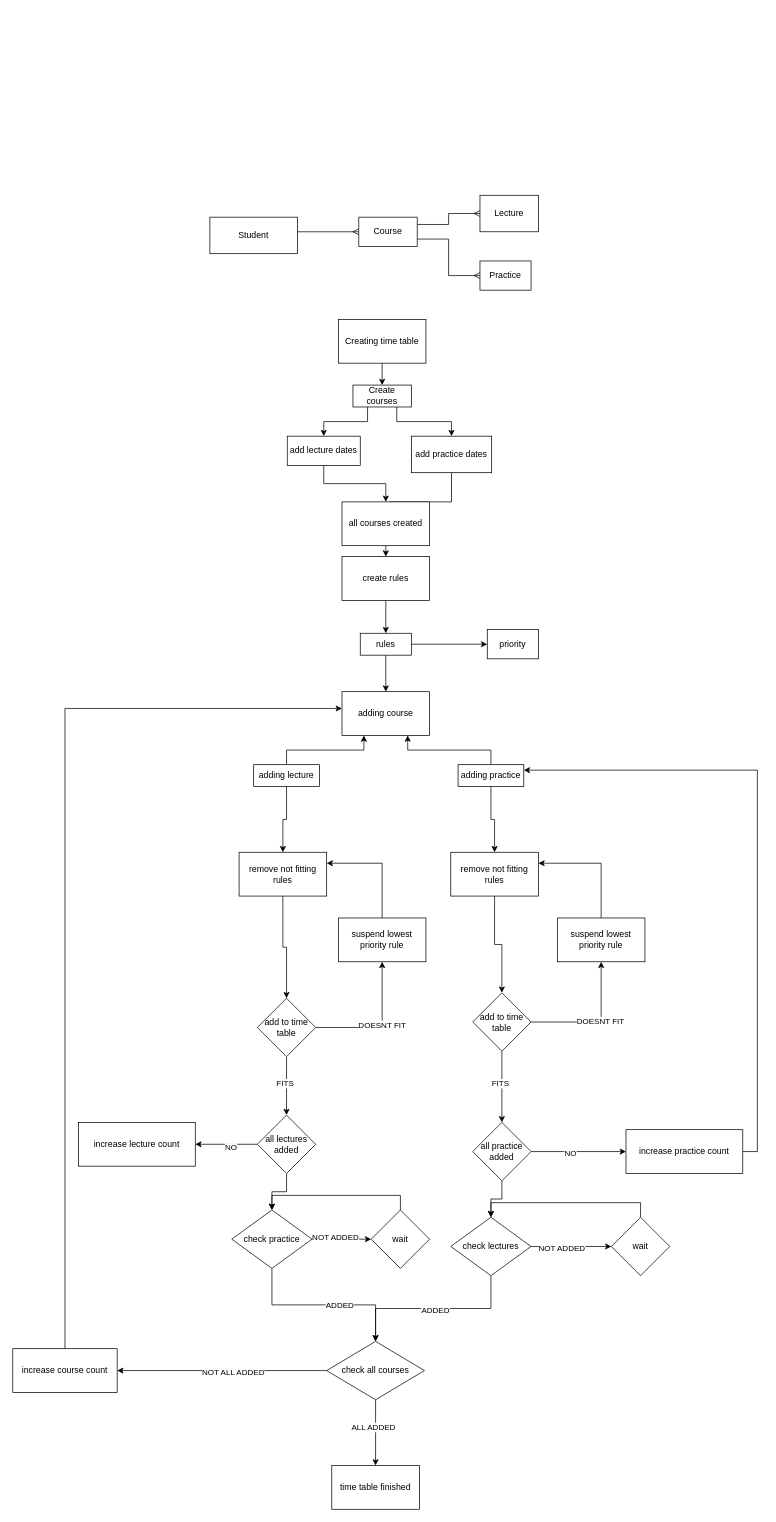
adam-filinger/FileMaster keeps this draw.io diagram as colleage_planer.drawio. Above is the earlier version. Source tidied: cells renumbered, new cells numbered last; positions are measured from the earlier drawing's top-left corner, leaving out a move shared by most shapes. Both pictures are drawn from the tidied source at 73%, with x=0, y=0 at pixel (12, 195).
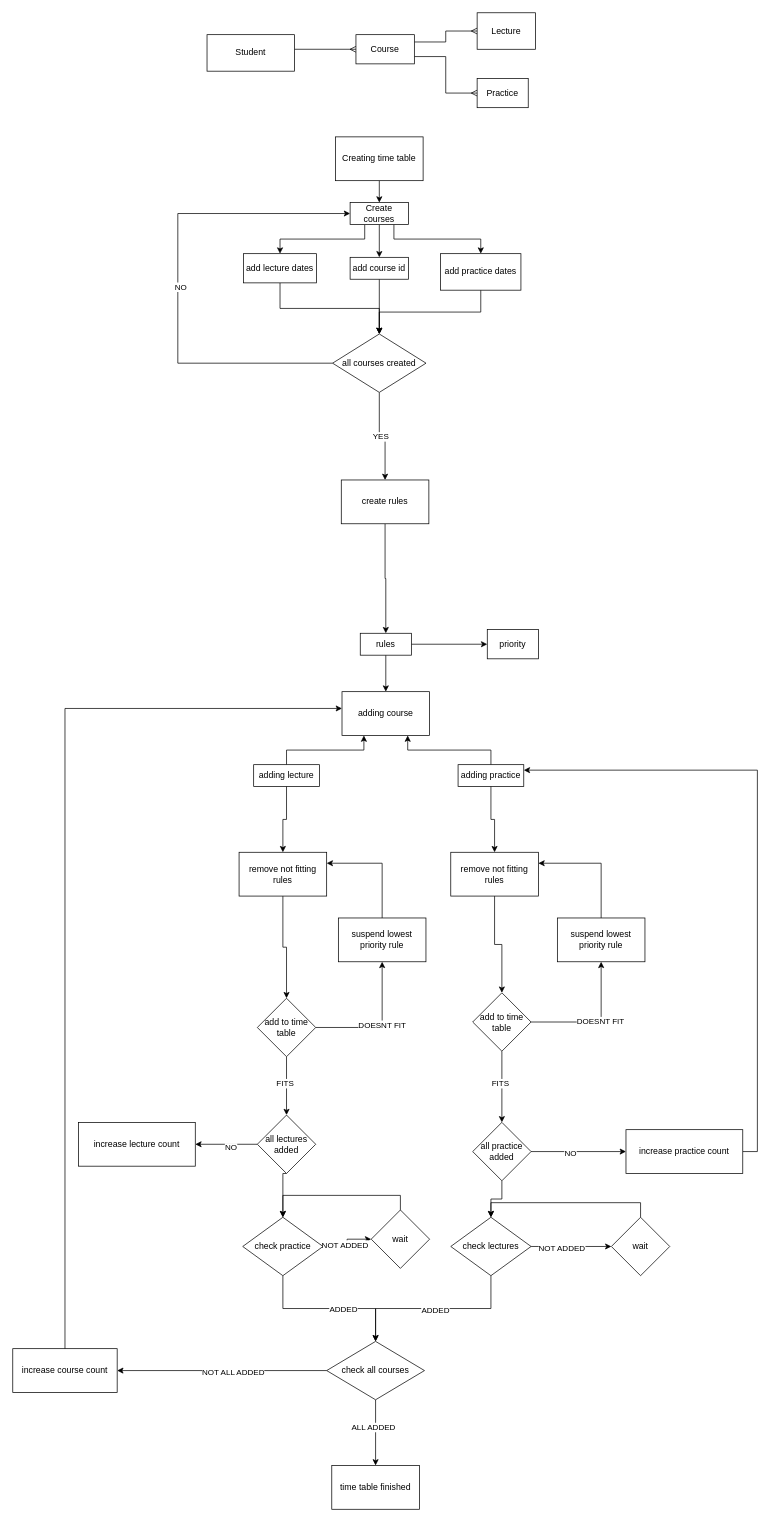
The same diagram, later.

The change refers to these unchanged cells:
```xml
<mxCell id="43" value="all lectures added" style="rhombus;whiteSpace=wrap;html=1;rounded=0;" parent="1" vertex="1">
  <mxGeometry x="335" y="1260" width="80" height="80" as="geometry" />
</mxCell>
```

Diff of the diagram source:
```diff
@@
     <mxCell id="2" style="edgeStyle=orthogonalEdgeStyle;rounded=0;jettySize=auto;html=1;exitX=1;exitY=0.5;exitDx=0;exitDy=0;entryX=0;entryY=0.5;entryDx=0;entryDy=0;endArrow=ERmany;endFill=0;flowAnimation=0;" parent="1" edge="1" source="4" target="7">
       <mxGeometry relative="1" as="geometry">
         <Array as="points">
-          <mxPoint x="380" y="55" />
-          <mxPoint x="380" y="50" />
+          <mxPoint x="376.1" y="-195" />
+          <mxPoint x="376.1" y="-200" />
         </Array>
       </mxGeometry>
     </mxCell>
@@
     <mxCell id="4" value="Student" style="rounded=0;whiteSpace=wrap;html=1;" parent="1" vertex="1">
-      <mxGeometry x="270" y="30" width="120" height="50" as="geometry" />
+      <mxGeometry x="266.1" y="-220" width="120" height="50" as="geometry" />
     </mxCell>
@@
     <mxCell id="7" value="Course" style="rounded=0;whiteSpace=wrap;html=1;" parent="1" vertex="1">
-      <mxGeometry x="474" y="30" width="80" height="40" as="geometry" />
+      <mxGeometry x="470.1" y="-220" width="80" height="40" as="geometry" />
     </mxCell>
     <mxCell id="8" value="Lecture" style="rounded=0;whiteSpace=wrap;html=1;" parent="1" vertex="1">
-      <mxGeometry x="640" width="80" height="50" as="geometry" />
+      <mxGeometry x="636.1" y="-250" width="80" height="50" as="geometry" />
     </mxCell>
     <mxCell id="9" value="Practice" style="rounded=0;whiteSpace=wrap;html=1;" parent="1" vertex="1">
-      <mxGeometry x="640" y="90" width="70" height="40" as="geometry" />
+      <mxGeometry x="636.1" y="-160" width="70" height="40" as="geometry" />
     </mxCell>
@@
     <mxCell id="11" value="Creating time table" style="rounded=0;whiteSpace=wrap;html=1;" parent="1" vertex="1">
-      <mxGeometry x="446" y="170" width="120" height="60" as="geometry" />
+      <mxGeometry x="442.1" y="-80" width="120" height="60" as="geometry" />
     </mxCell>
@@
+    <mxCell id="85" style="edgeStyle=orthogonalEdgeStyle;rounded=0;jettySize=auto;html=1;" parent="1" edge="1" source="14" target="88">
+      <mxGeometry relative="1" as="geometry" />
+    </mxCell>
     <mxCell id="14" value="Create courses" style="rounded=0;whiteSpace=wrap;html=1;" parent="1" vertex="1">
-      <mxGeometry x="466" y="260" width="80" height="30" as="geometry" />
+      <mxGeometry x="462.1" y="10" width="80" height="30" as="geometry" />
     </mxCell>
-    <mxCell id="15" style="edgeStyle=orthogonalEdgeStyle;rounded=0;jettySize=auto;html=1;exitX=0.5;exitY=1;exitDx=0;exitDy=0;entryX=0.5;entryY=0;entryDx=0;entryDy=0;" parent="1" edge="1" source="16" target="20">
+    <mxCell id="15" style="edgeStyle=orthogonalEdgeStyle;rounded=0;jettySize=auto;html=1;exitX=0.5;exitY=1;exitDx=0;exitDy=0;" parent="1" edge="1" source="16" target="20">
       <mxGeometry relative="1" as="geometry" />
     </mxCell>
     <mxCell id="16" value="add lecture dates" style="rounded=0;whiteSpace=wrap;html=1;" parent="1" vertex="1">
-      <mxGeometry x="376" y="330" width="100" height="40" as="geometry" />
+      <mxGeometry x="316.1" y="80" width="100" height="40" as="geometry" />
     </mxCell>
-    <mxCell id="17" style="edgeStyle=orthogonalEdgeStyle;rounded=0;jettySize=auto;html=1;exitX=0.5;exitY=1;exitDx=0;exitDy=0;" parent="1" edge="1" source="18">
-      <mxGeometry relative="1" as="geometry">
-        <mxPoint x="516" y="460" as="targetPoint" />
-      </mxGeometry>
-    </mxCell>
+    <mxCell id="86" style="edgeStyle=orthogonalEdgeStyle;rounded=0;jettySize=auto;html=1;exitX=0.5;exitY=1;exitDx=0;exitDy=0;" parent="1" edge="1" source="18" target="20">
+      <mxGeometry relative="1" as="geometry" />
+    </mxCell>
     <mxCell id="18" value="add practice dates" style="rounded=0;whiteSpace=wrap;html=1;" parent="1" vertex="1">
-      <mxGeometry x="546" y="330" width="110" height="50" as="geometry" />
+      <mxGeometry x="586.1" y="80" width="110" height="50" as="geometry" />
     </mxCell>
-    <mxCell id="19" style="edgeStyle=orthogonalEdgeStyle;rounded=0;jettySize=auto;html=1;exitX=0.5;exitY=1;exitDx=0;exitDy=0;entryX=0.5;entryY=0;entryDx=0;entryDy=0;" parent="1" edge="1" source="20" target="22">
-      <mxGeometry relative="1" as="geometry" />
-    </mxCell>
-    <mxCell id="20" value="&lt;div&gt;all courses created&lt;/div&gt;" style="rounded=0;whiteSpace=wrap;html=1;" parent="1" vertex="1">
-      <mxGeometry x="451" y="420" width="120" height="60" as="geometry" />
-    </mxCell>
@@
     <mxCell id="22" value="create rules" style="rounded=0;whiteSpace=wrap;html=1;" parent="1" vertex="1">
-      <mxGeometry x="451" y="495" width="120" height="60" as="geometry" />
+      <mxGeometry x="450" y="390" width="120" height="60" as="geometry" />
     </mxCell>
@@
     <mxCell id="42" style="edgeStyle=orthogonalEdgeStyle;rounded=0;jettySize=auto;html=1;exitX=0.5;exitY=1;exitDx=0;exitDy=0;entryX=0.5;entryY=0;entryDx=0;entryDy=0;" parent="1" edge="1" source="43" target="66">
-      <mxGeometry relative="1" as="geometry" />
+      <mxGeometry relative="1" as="geometry">
+        <Array as="points">
+          <mxPoint x="370" y="1340" />
+        </Array>
+      </mxGeometry>
     </mxCell>
@@
     <mxCell id="66" value="check practice" style="rhombus;whiteSpace=wrap;html=1;" parent="1" vertex="1">
-      <mxGeometry x="300" y="1390" width="110" height="80" as="geometry" />
+      <mxGeometry x="315" y="1400" width="110" height="80" as="geometry" />
     </mxCell>
@@
+    <mxCell id="87" style="edgeStyle=orthogonalEdgeStyle;rounded=0;jettySize=auto;html=1;" parent="1" edge="1" source="88" target="20">
+      <mxGeometry relative="1" as="geometry" />
+    </mxCell>
+    <mxCell id="88" value="add course id" style="rounded=0;whiteSpace=wrap;html=1;" parent="1" vertex="1">
+      <mxGeometry x="462.1" y="85" width="80" height="30" as="geometry" />
+    </mxCell>
+    <mxCell id="89" style="edgeStyle=orthogonalEdgeStyle;rounded=0;jettySize=auto;html=1;exitX=0;exitY=0.5;exitDx=0;exitDy=0;entryX=0;entryY=0.5;entryDx=0;entryDy=0;" parent="1" edge="1" source="20" target="14">
+      <mxGeometry relative="1" as="geometry">
+        <Array as="points">
+          <mxPoint x="226.1" y="230" />
+          <mxPoint x="226.1" y="25" />
+        </Array>
+      </mxGeometry>
+    </mxCell>
+    <mxCell id="90" value="NO" style="edgeLabel;html=1;align=center;verticalAlign=middle;" parent="89" vertex="1">
+      <mxGeometry x="-0.03" y="-3" relative="1" as="geometry" />
+    </mxCell>
+    <mxCell id="19" style="edgeStyle=orthogonalEdgeStyle;rounded=0;jettySize=auto;html=1;exitX=0.5;exitY=1;exitDx=0;exitDy=0;entryX=0.5;entryY=0;entryDx=0;entryDy=0;" parent="1" edge="1" source="20" target="22">
+      <mxGeometry relative="1" as="geometry" />
+    </mxCell>
+    <mxCell id="91" value="YES" style="edgeLabel;html=1;align=center;verticalAlign=middle;" parent="19" vertex="1">
+      <mxGeometry x="-0.05" relative="1" as="geometry" />
+    </mxCell>
+    <mxCell id="20" value="all courses created" style="rhombus;whiteSpace=wrap;html=1;rounded=0;" parent="1" vertex="1">
+      <mxGeometry x="438.1" y="190" width="128" height="80" as="geometry" />
+    </mxCell>
```
